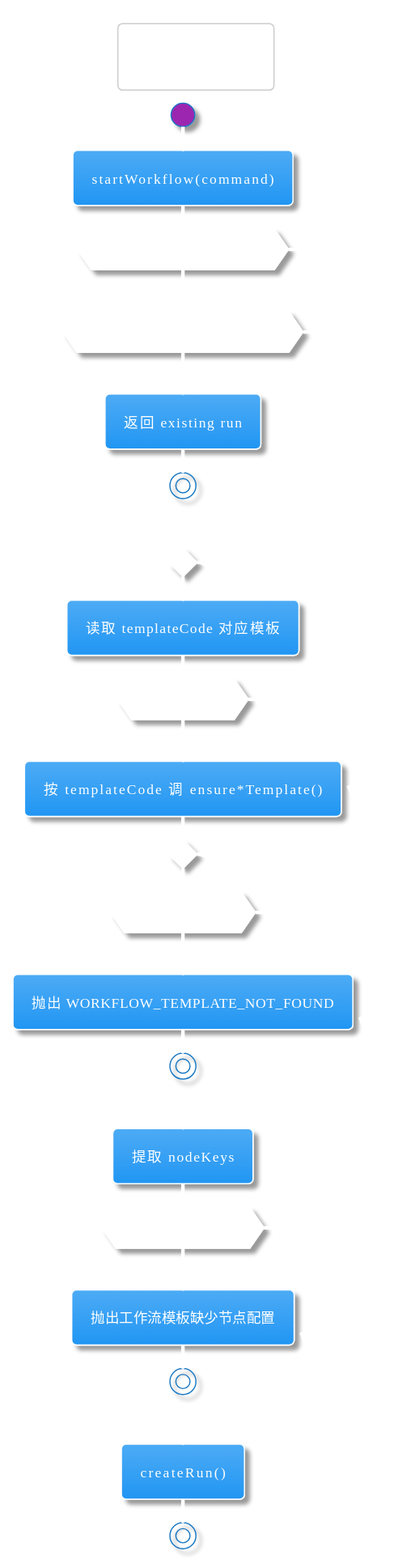
This is docs/workflow-viz/charts/src-server-application-workflow-command-service-ts-b8963d50-branch-decision.svg from maroonxv/stock-screening-boost, a PlantUML export, as it was before one commit.
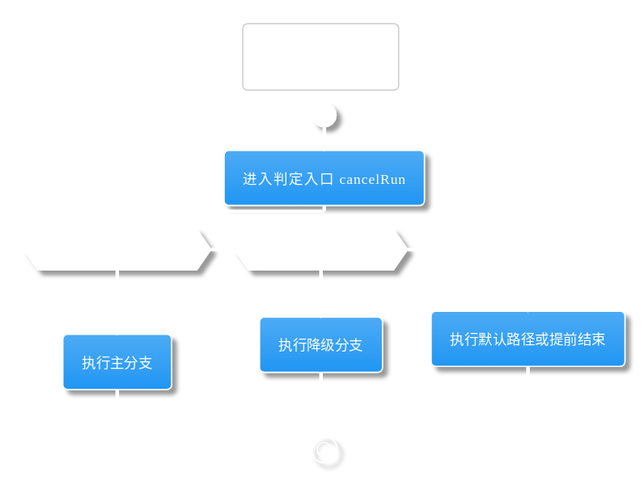
Above is the later version.

Diff of the diagram source:
```diff
@@ -18,30 +18,13 @@
 skinparam StateFontColor #FFFFFF
 title 分支判定图
 start
-:startWorkflow(command);
-if (携带 idempotencyKey?) then (是)
-  if (已有 pending/running run?) then (是)
-    :返回 existing run;
-    stop
-  endif
+:进入判定入口 cancelRun;
+if (是否满足主守卫条件?) then (满足)
+  :执行主分支;
+elseif (是否满足降级条件?)
+  :执行降级分支;
+else
+  :执行默认路径或提前结束;
 endif
-
-:读取 templateCode 对应模板;
-if (模板不存在?) then (是)
-  :按 templateCode 调 ensure*Template();
-endif
-
-if (仍然没有模板?) then (是)
-  :抛出 WORKFLOW_TEMPLATE_NOT_FOUND;
-  stop
-endif
-
-:提取 nodeKeys;
-if (nodeKeys 为空?) then (是)
-  :抛出工作流模板缺少节点配置;
-  stop
-endif
-
-:createRun();
 stop
 @enduml
```
